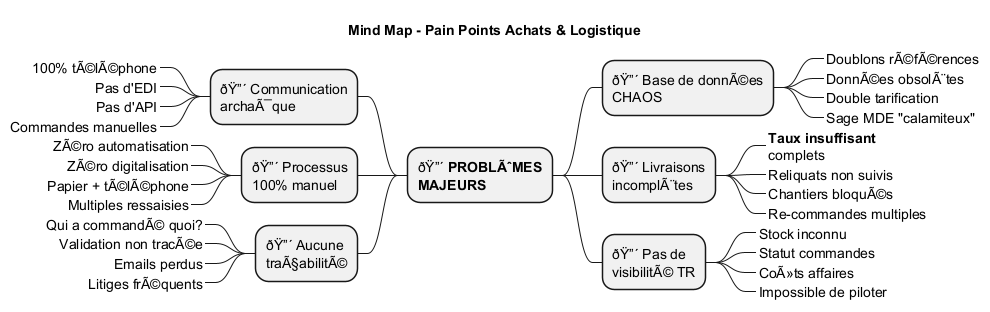
This is Services/Achats-Logistique/uml/png/Pain_Points_Achats_Logistique.png from JordanSerafini/Audit_Duret, a PlantUML export, as it was before one commit.
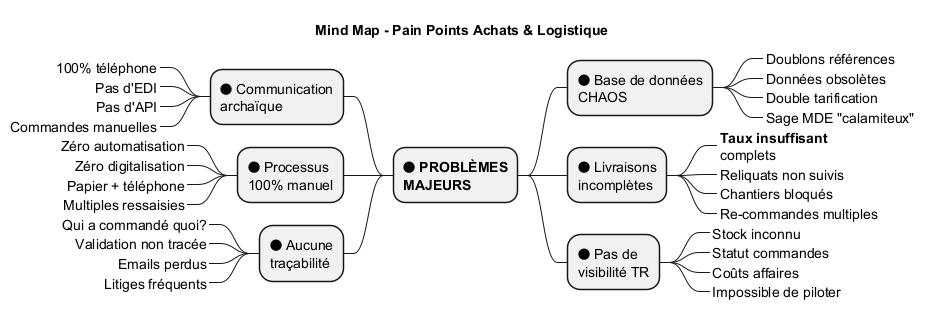
After the change.

Change to the diagram source:
```diff
@@ -2,43 +2,43 @@
 
 title Mind Map - Pain Points Achats & Logistique
 
-* ðŸ”´ **PROBLÃˆMES**\n**MAJEURS**
-** ðŸ”´ Base de donnÃ©es\nCHAOS
-***_ Doublons rÃ©fÃ©rences
-***_ DonnÃ©es obsolÃ¨tes
+* 🔴 **PROBLÈMES**\n**MAJEURS**
+** 🔴 Base de données\nCHAOS
+***_ Doublons références
+***_ Données obsolètes
 ***_ Double tarification
 ***_ Sage MDE "calamiteux"
 
-** ðŸ”´ Livraisons\nincomplÃ¨tes
+** 🔴 Livraisons\nincomplètes
 ***_ **Taux insuffisant**\ncomplets
 ***_ Reliquats non suivis
-***_ Chantiers bloquÃ©s
+***_ Chantiers bloqués
 ***_ Re-commandes multiples
 
-** ðŸ”´ Pas de\nvisibilitÃ© TR
+** 🔴 Pas de\nvisibilité TR
 ***_ Stock inconnu
 ***_ Statut commandes
-***_ CoÃ»ts affaires
+***_ Coûts affaires
 ***_ Impossible de piloter
 
 left side
 
-** ðŸ”´ Communication\narchaÃ¯que
-***_ 100% tÃ©lÃ©phone
+** 🔴 Communication\narchaïque
+***_ 100% téléphone
 ***_ Pas d'EDI
 ***_ Pas d'API
 ***_ Commandes manuelles
 
-** ðŸ”´ Processus\n100% manuel
-***_ ZÃ©ro automatisation
-***_ ZÃ©ro digitalisation
-***_ Papier + tÃ©lÃ©phone
+** 🔴 Processus\n100% manuel
+***_ Zéro automatisation
+***_ Zéro digitalisation
+***_ Papier + téléphone
 ***_ Multiples ressaisies
 
-** ðŸ”´ Aucune\ntraÃ§abilitÃ©
-***_ Qui a commandÃ© quoi?
-***_ Validation non tracÃ©e
+** 🔴 Aucune\ntraçabilité
+***_ Qui a commandé quoi?
+***_ Validation non tracée
 ***_ Emails perdus
-***_ Litiges frÃ©quents
+***_ Litiges fréquents
 
 @endmindmap
```
